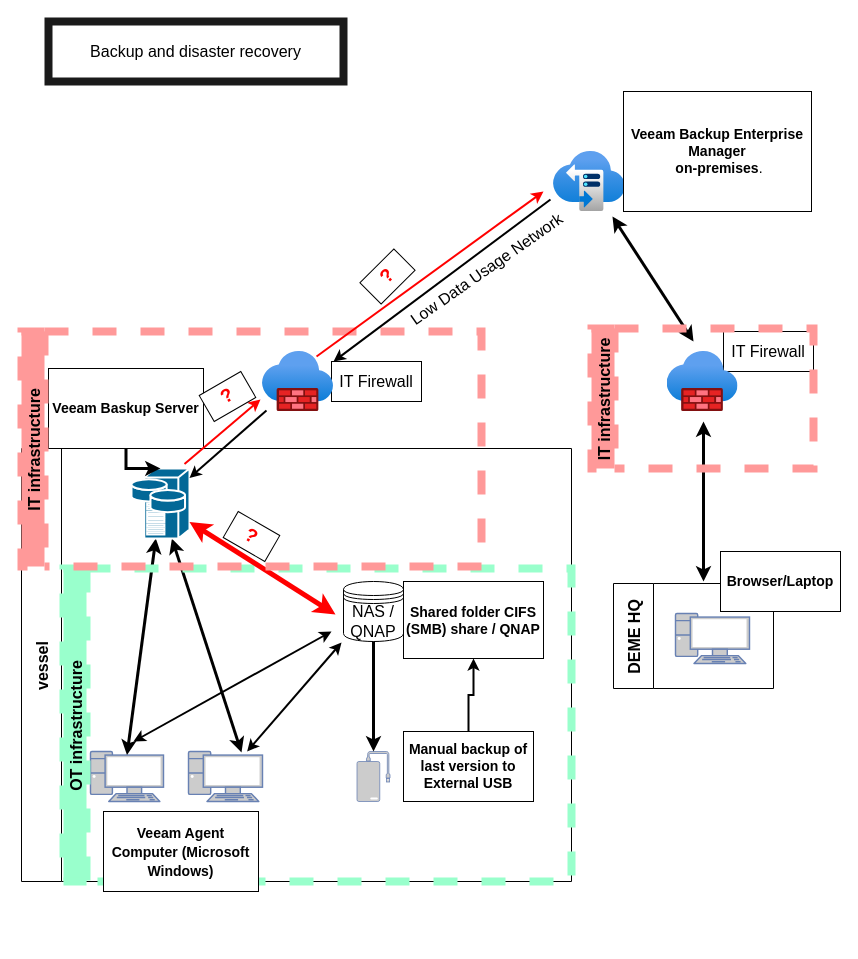
Above: page "Page-5" (4 of 5) of Untitled Diagram.drawio in Wkurylo/docker_kubernetes_diagrams (draw.io), before the change. Source tidied: cells renumbered, new cells numbered last; positions are measured from the earlier drawing's top-left corner, leaving out a move shared by most shapes. Both pictures are drawn from the tidied source at 100%, with x=0, y=0 at pixel (21, 21).
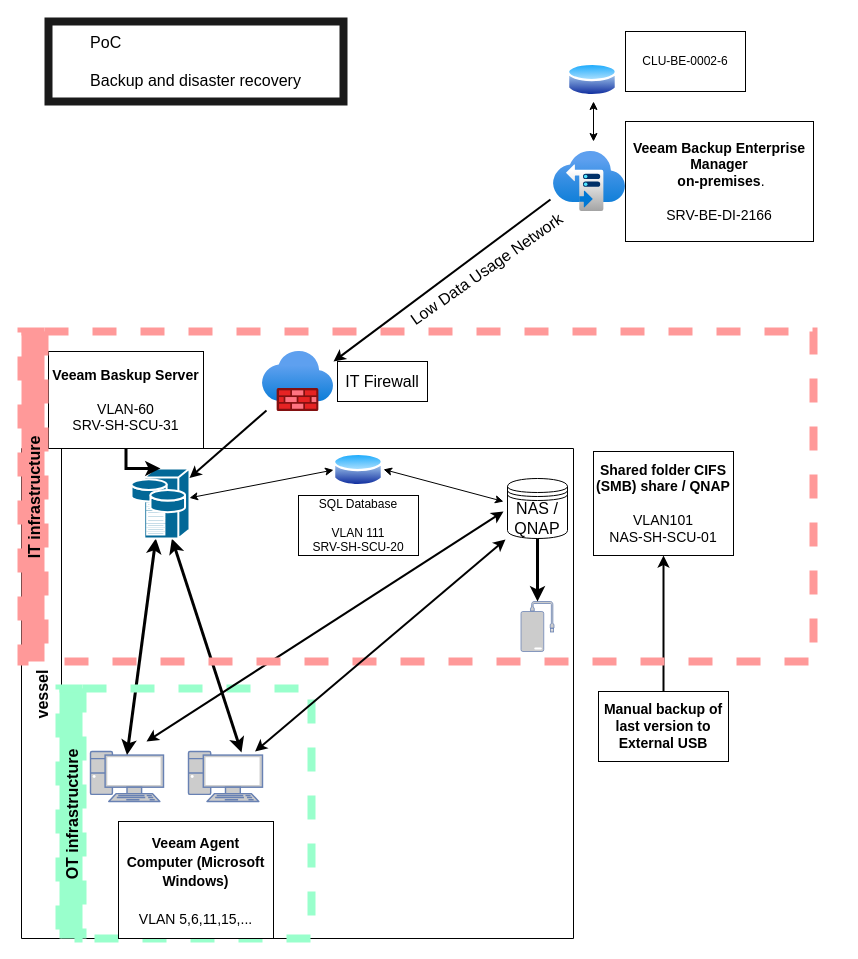
The same page after the edit.

The change refers to these unchanged cells:
```xml
<mxCell id="5" style="fontColor=#0066CC;verticalAlign=top;verticalLabelPosition=bottom;labelPosition=center;align=center;html=1;outlineConnect=0;fillColor=#CCCCCC;strokeColor=#6881B3;gradientColor=none;gradientDirection=north;strokeWidth=2;shape=mxgraph.networks.pc;fontSize=16;" parent="2" vertex="1">
  <mxGeometry x="167" y="303" width="74" height="50" as="geometry" />
</mxCell>
<mxCell id="9" style="shape=mxgraph.cisco.servers.storage_server;sketch=0;html=1;dashed=0;fillColor=#036897;strokeColor=#ffffff;strokeWidth=2;verticalLabelPosition=bottom;verticalAlign=top;align=center;outlineConnect=0;fontSize=16;" parent="2" vertex="1">
  <mxGeometry x="110" y="20" width="58" height="70" as="geometry" />
</mxCell>
<mxCell id="20" style="html=1;points=[];align=center;image;fontSize=12;image=img/lib/azure2/storage/Storage_Sync_Services.svg;" parent="1" vertex="1">
  <mxGeometry x="532" y="130" width="72" height="60" as="geometry" />
</mxCell>
<mxCell id="32" style="html=1;points=[];align=center;image;fontSize=12;image=img/lib/azure2/networking/Firewalls.svg;" parent="31" vertex="1">
  <mxGeometry x="241" y="20" width="71" height="60" as="geometry" />
</mxCell>
```

Change to the diagram source:
```diff
@@
     <mxCell id="2" value="vessel" style="swimlane;horizontal=0;startSize=40;fontSize=16;" parent="1" vertex="1">
-      <mxGeometry y="427" width="550" height="433" as="geometry" />
+      <mxGeometry y="427" width="552" height="490" as="geometry" />
     </mxCell>
-    <mxCell id="3" value="NAS / QNAP" style="shape=datastore;whiteSpace=wrap;html=1;fontSize=16;" parent="2" vertex="1">
-      <mxGeometry x="322" y="133" width="60" height="60" as="geometry" />
-    </mxCell>
@@
-    <mxCell id="6" style="fontColor=#0066CC;verticalAlign=top;verticalLabelPosition=bottom;labelPosition=center;align=center;html=1;outlineConnect=0;fillColor=#CCCCCC;strokeColor=#6881B3;gradientColor=none;gradientDirection=north;strokeWidth=2;shape=mxgraph.networks.external_storage;fontSize=16;" parent="2" vertex="1">
-      <mxGeometry x="335.5" y="303" width="33" height="50" as="geometry" />
-    </mxCell>
@@
-    <mxCell id="10" style="endArrow=classic;html=1;rounded=0;fontSize=16;entryX=0.5;entryY=0;entryDx=0;entryDy=0;entryPerimeter=0;exitX=0.5;exitY=1;exitDx=0;exitDy=0;strokeWidth=3;" parent="2" edge="1" source="3" target="6">
-      <mxGeometry relative="1" as="geometry" />
-    </mxCell>
     <mxCell id="11" value="OT infrastructure" style="swimlane;horizontal=0;dashed=1;labelBackgroundColor=none;fontSize=16;fontColor=default;fillColor=#99FFCC;gradientColor=none;strokeColor=#99FFCC;strokeWidth=8;" parent="2" vertex="1">
-      <mxGeometry x="42" y="120" width="508" height="313" as="geometry" />
+      <mxGeometry x="38" y="240" width="252" height="250" as="geometry" />
     </mxCell>
+    <mxCell id="14" value="&lt;div&gt;&lt;font style=&quot;font-size: 14px&quot;&gt;&lt;b&gt;Veeam Agent Computer (Microsoft Windows)&lt;/b&gt;&lt;/font&gt;&lt;/div&gt;&lt;div&gt;&lt;font style=&quot;font-size: 14px&quot;&gt;&lt;b&gt;&lt;br&gt;&lt;/b&gt;&lt;/font&gt;&lt;/div&gt;&lt;div&gt;&lt;font style=&quot;font-size: 14px&quot;&gt;VLAN 5,6,11,15,...&lt;b&gt;&lt;br&gt;&lt;/b&gt;&lt;/font&gt;&lt;/div&gt;" style="rounded=0;whiteSpace=wrap;html=1;fontSize=16;" parent="11" vertex="1">
+      <mxGeometry x="59" y="133" width="155" height="117" as="geometry" />
+    </mxCell>
-    <mxCell id="12" style="endArrow=classic;startArrow=classic;html=1;rounded=0;fontSize=19;fontColor=#FF0000;strokeColor=#000000;strokeWidth=2;entryX=-0.033;entryY=1.017;entryDx=0;entryDy=0;entryPerimeter=0;" parent="11" edge="1">
+    <mxCell id="12" style="endArrow=classic;startArrow=classic;html=1;rounded=0;fontSize=19;fontColor=#FF0000;strokeColor=#000000;strokeWidth=2;" parent="2" edge="1">
       <mxGeometry relative="1" as="geometry">
-        <mxPoint x="70" y="173" as="sourcePoint" />
-        <mxPoint x="268" y="63" as="targetPoint" />
+        <mxPoint x="125" y="293" as="sourcePoint" />
+        <mxPoint x="482" y="63" as="targetPoint" />
       </mxGeometry>
     </mxCell>
-    <mxCell id="13" value="&lt;b style=&quot;font-size: 14px;&quot;&gt;Shared folder CIFS (SMB) share / QNAP&lt;/b&gt;" style="rounded=0;whiteSpace=wrap;html=1;fontSize=14;" parent="11" vertex="1">
-      <mxGeometry x="340" y="13" width="140" height="77" as="geometry" />
-    </mxCell>
-    <mxCell id="14" value="&lt;font style=&quot;font-size: 14px&quot;&gt;&lt;b&gt;Veeam Agent Computer (Microsoft Windows)&lt;/b&gt;&lt;/font&gt;" style="rounded=0;whiteSpace=wrap;html=1;fontSize=16;" parent="11" vertex="1">
-      <mxGeometry x="40" y="243" width="155" height="80" as="geometry" />
-    </mxCell>
-    <mxCell id="15" style="endArrow=classic;startArrow=classic;html=1;rounded=0;exitX=-0.133;exitY=0.55;exitDx=0;exitDy=0;exitPerimeter=0;strokeColor=#FF0000;strokeWidth=5;" parent="2" edge="1" source="3" target="9">
-      <mxGeometry relative="1" as="geometry" />
-    </mxCell>
-    <mxCell id="16" style="endArrow=classic;startArrow=classic;html=1;rounded=0;fontSize=19;fontColor=#FF0000;strokeColor=#000000;strokeWidth=2;entryX=-0.033;entryY=1.017;entryDx=0;entryDy=0;entryPerimeter=0;" parent="2" edge="1" source="5" target="3">
-      <mxGeometry relative="1" as="geometry" />
-    </mxCell>
+    <mxCell id="6" style="fontColor=#0066CC;verticalAlign=top;verticalLabelPosition=bottom;labelPosition=center;align=center;html=1;outlineConnect=0;fillColor=#CCCCCC;strokeColor=#6881B3;gradientColor=none;gradientDirection=north;strokeWidth=2;shape=mxgraph.networks.external_storage;fontSize=16;" parent="2" vertex="1">
+      <mxGeometry x="499.5" y="153" width="33" height="50" as="geometry" />
+    </mxCell>
@@
     <mxCell id="18" value="&lt;b style=&quot;font-size: 14px;&quot;&gt;Manual backup of last version to External USB&lt;/b&gt;" style="rounded=0;whiteSpace=wrap;html=1;fontSize=14;" parent="1" vertex="1">
-      <mxGeometry x="382" y="710" width="130" height="70" as="geometry" />
+      <mxGeometry x="577" y="670" width="130" height="70" as="geometry" />
     </mxCell>
@@
-    <mxCell id="21" value="&lt;div style=&quot;font-size: 14px;&quot;&gt;&lt;b style=&quot;font-size: 14px;&quot;&gt;Veeam Backup Enterprise Manager&lt;/b&gt;&lt;/div&gt;&lt;div style=&quot;font-size: 14px;&quot;&gt;&lt;b style=&quot;font-size: 14px;&quot;&gt;&amp;nbsp;on-premises&lt;/b&gt;.&lt;/div&gt;" style="rounded=0;whiteSpace=wrap;html=1;fontSize=14;" parent="1" vertex="1">
-      <mxGeometry x="602" y="70" width="188" height="120" as="geometry" />
+    <mxCell id="21" value="&lt;div style=&quot;font-size: 14px&quot;&gt;&lt;b style=&quot;font-size: 14px&quot;&gt;Veeam Backup Enterprise Manager&lt;/b&gt;&lt;/div&gt;&lt;div style=&quot;font-size: 14px&quot;&gt;&lt;b style=&quot;font-size: 14px&quot;&gt;&amp;nbsp;on-premises&lt;/b&gt;.&lt;/div&gt;&lt;div style=&quot;font-size: 14px&quot;&gt;&lt;br&gt;&lt;/div&gt;&lt;div style=&quot;font-size: 14px&quot;&gt;SRV-BE-DI-2166&lt;br&gt;&lt;/div&gt;" style="rounded=0;whiteSpace=wrap;html=1;fontSize=14;" parent="1" vertex="1">
+      <mxGeometry x="604" y="100" width="188" height="120" as="geometry" />
     </mxCell>
-    <mxCell id="22" style="endArrow=classic;startArrow=classic;html=1;rounded=0;fontSize=16;entryX=0.819;entryY=1.083;entryDx=0;entryDy=0;entryPerimeter=0;strokeWidth=3;" parent="1" edge="1" target="20">
-      <mxGeometry relative="1" as="geometry">
-        <mxPoint x="672" y="320" as="sourcePoint" />
-      </mxGeometry>
-    </mxCell>
-    <mxCell id="23" value="IT Firewall" style="rounded=0;whiteSpace=wrap;html=1;fontSize=16;" parent="1" vertex="1">
-      <mxGeometry x="702" y="310" width="90" height="40" as="geometry" />
-    </mxCell>
-    <mxCell id="24" style="endArrow=classic;startArrow=classic;html=1;rounded=0;fontSize=16;strokeWidth=3;" parent="1" edge="1">
-      <mxGeometry relative="1" as="geometry">
-        <mxPoint x="682" y="560" as="sourcePoint" />
-        <mxPoint x="682" y="400" as="targetPoint" />
-      </mxGeometry>
-    </mxCell>
-    <mxCell id="25" value="DEME HQ" style="swimlane;horizontal=0;startSize=40;fontSize=16;" parent="1" vertex="1">
-      <mxGeometry x="592" y="562" width="160" height="105" as="geometry" />
-    </mxCell>
-    <mxCell id="26" style="fontColor=#0066CC;verticalAlign=top;verticalLabelPosition=bottom;labelPosition=center;align=center;html=1;fillColor=#CCCCCC;strokeColor=#6881B3;gradientColor=none;gradientDirection=north;strokeWidth=2;shape=mxgraph.networks.pc;fontSize=16;" parent="25" vertex="1">
-      <mxGeometry x="62" y="30" width="74" height="50" as="geometry" />
-    </mxCell>
-    <mxCell id="27" value="&lt;b style=&quot;font-size: 14px;&quot;&gt;Browser/Laptop&lt;/b&gt;" style="rounded=0;whiteSpace=wrap;html=1;fontSize=14;" parent="1" vertex="1">
-      <mxGeometry x="699" y="530" width="120" height="60" as="geometry" />
-    </mxCell>
@@
-    <mxCell id="29" value="&lt;b style=&quot;font-size: 14px;&quot;&gt;Veeam Baskup Server&lt;/b&gt;" style="rounded=0;whiteSpace=wrap;html=1;fontSize=14;" parent="1" vertex="1">
-      <mxGeometry x="27" y="347" width="155" height="80" as="geometry" />
+    <mxCell id="29" value="&lt;div&gt;&lt;b style=&quot;font-size: 14px&quot;&gt;Veeam Baskup Server&lt;/b&gt;&lt;/div&gt;&lt;div&gt;&lt;b style=&quot;font-size: 14px&quot;&gt;&lt;br&gt;&lt;/b&gt;&lt;/div&gt;&lt;div&gt;&lt;span style=&quot;font-size: 14px&quot;&gt;VLAN-60&lt;/span&gt;&lt;/div&gt;&lt;div&gt;&lt;span style=&quot;font-size: 14px&quot;&gt;SRV-SH-SCU-31&lt;/span&gt;&lt;b style=&quot;font-size: 14px&quot;&gt;&lt;br&gt;&lt;/b&gt;&lt;/div&gt;" style="rounded=0;whiteSpace=wrap;html=1;fontSize=14;" parent="1" vertex="1">
+      <mxGeometry x="27" y="330" width="155" height="97" as="geometry" />
     </mxCell>
-    <mxCell id="30" value="IT Firewall" style="rounded=0;whiteSpace=wrap;html=1;fontSize=16;" parent="1" vertex="1">
-      <mxGeometry x="310" y="340" width="90" height="40" as="geometry" />
-    </mxCell>
     <mxCell id="31" value="IT infrastructure" style="swimlane;horizontal=0;dashed=1;labelBackgroundColor=none;fontSize=16;fontColor=default;fillColor=#FF9999;gradientColor=none;strokeColor=#FF9999;strokeWidth=8;" parent="1" vertex="1">
-      <mxGeometry y="310" width="460" height="235" as="geometry" />
+      <mxGeometry y="310" width="792" height="330" as="geometry" />
     </mxCell>
@@
-    <mxCell id="33" value="&lt;b&gt;&lt;font style=&quot;font-size: 19px&quot; color=&quot;#FF0000&quot;&gt;?&lt;/font&gt;&lt;/b&gt;" style="rounded=0;whiteSpace=wrap;html=1;rotation=30;" parent="31" vertex="1">
-      <mxGeometry x="206" y="190" width="48" height="30" as="geometry" />
-    </mxCell>
-    <mxCell id="34" style="endArrow=classic;html=1;rounded=0;fontSize=19;fontColor=#FF0000;strokeColor=#FF0000;strokeWidth=2;exitX=0.761;exitY=0.083;exitDx=0;exitDy=0;exitPerimeter=0;" parent="31" edge="1" source="32">
-      <mxGeometry relative="1" as="geometry">
-        <mxPoint x="522" y="-140" as="targetPoint" />
-      </mxGeometry>
-    </mxCell>
-    <mxCell id="35" style="endArrow=classic;html=1;rounded=0;fontSize=19;fontColor=#FF0000;strokeColor=#FF0000;strokeWidth=2;exitX=0.761;exitY=0.083;exitDx=0;exitDy=0;exitPerimeter=0;entryX=-0.028;entryY=0.8;entryDx=0;entryDy=0;entryPerimeter=0;" parent="31" edge="1" target="32">
-      <mxGeometry relative="1" as="geometry">
-        <mxPoint x="163" y="132.5" as="sourcePoint" />
-      </mxGeometry>
-    </mxCell>
-    <mxCell id="36" value="&lt;b&gt;&lt;font style=&quot;font-size: 19px&quot; color=&quot;#FF0000&quot;&gt;?&lt;/font&gt;&lt;/b&gt;" style="rounded=0;whiteSpace=wrap;html=1;rotation=-30;" parent="31" vertex="1">
-      <mxGeometry x="182" y="50" width="48" height="30" as="geometry" />
-    </mxCell>
-    <mxCell id="37" value="IT infrastructure" style="swimlane;horizontal=0;dashed=1;labelBackgroundColor=none;fontSize=16;fontColor=default;fillColor=#FF9999;gradientColor=none;strokeColor=#FF9999;strokeWidth=8;" parent="1" vertex="1">
-      <mxGeometry x="570" y="307" width="222" height="140" as="geometry" />
-    </mxCell>
-    <mxCell id="38" style="html=1;align=center;image;fontSize=12;image=img/lib/azure2/networking/Firewalls.svg;" parent="37" vertex="1">
-      <mxGeometry x="75.5" y="23" width="71" height="60" as="geometry" />
-    </mxCell>
+    <mxCell id="3" value="NAS / QNAP" style="shape=datastore;whiteSpace=wrap;html=1;fontSize=16;" parent="31" vertex="1">
+      <mxGeometry x="486" y="147" width="60" height="60" as="geometry" />
+    </mxCell>
+    <mxCell id="13" value="&lt;div&gt;&lt;b style=&quot;font-size: 14px&quot;&gt;Shared folder CIFS (SMB) share / QNAP&lt;/b&gt;&lt;/div&gt;&lt;div&gt;&lt;b style=&quot;font-size: 14px&quot;&gt;&lt;br&gt;&lt;/b&gt;&lt;/div&gt;&lt;div&gt;&lt;span style=&quot;font-size: 14px&quot;&gt;VLAN101&lt;br&gt;&lt;/span&gt;&lt;/div&gt;&lt;div&gt;&lt;span style=&quot;font-size: 14px&quot;&gt;NAS-SH-SCU-01&lt;/span&gt;&lt;b style=&quot;font-size: 14px&quot;&gt;&lt;br&gt;&lt;/b&gt;&lt;/div&gt;" style="rounded=0;whiteSpace=wrap;html=1;fontSize=14;" parent="31" vertex="1">
+      <mxGeometry x="572" y="120" width="140" height="104" as="geometry" />
+    </mxCell>
+    <mxCell id="43" style="perimeter=ellipsePerimeter;html=1;align=center;shadow=0;dashed=0;spacingTop=3;image;image=img/lib/active_directory/database.svg;" parent="31" vertex="1">
+      <mxGeometry x="312" y="120" width="50" height="37" as="geometry" />
+    </mxCell>
+    <mxCell id="30" value="IT Firewall" style="rounded=0;whiteSpace=wrap;html=1;fontSize=16;" parent="31" vertex="1">
+      <mxGeometry x="316" y="30" width="90" height="40" as="geometry" />
+    </mxCell>
+    <mxCell id="44" value="&lt;div&gt;SQL Database&lt;br&gt;&lt;/div&gt;&lt;div&gt;&lt;br&gt;&lt;/div&gt;&lt;div&gt;VLAN 111&lt;br&gt;&lt;/div&gt;&lt;div&gt;SRV-SH-SCU-20&lt;/div&gt;" style="rounded=0;whiteSpace=wrap;html=1;" parent="31" vertex="1">
+      <mxGeometry x="277" y="164" width="120" height="60" as="geometry" />
+    </mxCell>
+    <mxCell id="45" style="endArrow=classic;startArrow=classic;html=1;rounded=0;" parent="31" edge="1">
+      <mxGeometry relative="1" as="geometry">
+        <mxPoint x="362" y="137.9" as="sourcePoint" />
+        <mxPoint x="482" y="170" as="targetPoint" />
+      </mxGeometry>
+    </mxCell>
-    <mxCell id="39" value="Backup and disaster recovery" style="rounded=0;whiteSpace=wrap;html=1;labelBackgroundColor=none;fontSize=16;fontColor=default;strokeColor=#1A1A1A;strokeWidth=8;fillColor=#FFFFFF;gradientColor=none;" parent="1" vertex="1">
-      <mxGeometry x="27" width="295" height="60" as="geometry" />
+    <mxCell id="39" value="&lt;div align=&quot;left&quot;&gt;PoC&lt;/div&gt;&lt;div align=&quot;left&quot;&gt;&lt;br&gt;&lt;/div&gt;&lt;div&gt;Backup and disaster recovery&lt;/div&gt;" style="rounded=0;whiteSpace=wrap;html=1;labelBackgroundColor=none;fontSize=16;fontColor=default;strokeColor=#1A1A1A;strokeWidth=8;fillColor=#FFFFFF;gradientColor=none;" parent="1" vertex="1">
+      <mxGeometry x="27" width="295" height="80" as="geometry" />
     </mxCell>
@@
-    <mxCell id="42" value="&lt;b&gt;&lt;font style=&quot;font-size: 19px&quot; color=&quot;#FF0000&quot;&gt;?&lt;/font&gt;&lt;/b&gt;" style="rounded=0;whiteSpace=wrap;html=1;rotation=-45;direction=west;" parent="1" vertex="1">
-      <mxGeometry x="342" y="240" width="48" height="30" as="geometry" />
-    </mxCell>
+    <mxCell id="46" style="perimeter=ellipsePerimeter;html=1;align=center;shadow=0;dashed=0;spacingTop=3;image;image=img/lib/active_directory/database.svg;" parent="1" vertex="1">
+      <mxGeometry x="546" y="40" width="50" height="37" as="geometry" />
+    </mxCell>
+    <mxCell id="47" style="endArrow=classic;startArrow=classic;html=1;rounded=0;" parent="1" edge="1">
+      <mxGeometry relative="1" as="geometry">
+        <mxPoint x="572" y="120" as="sourcePoint" />
+        <mxPoint x="572" y="80" as="targetPoint" />
+      </mxGeometry>
+    </mxCell>
+    <mxCell id="48" value="CLU-BE-0002-6" style="rounded=0;whiteSpace=wrap;html=1;" parent="1" vertex="1">
+      <mxGeometry x="604" y="10" width="120" height="60" as="geometry" />
+    </mxCell>
+    <mxCell id="10" style="endArrow=classic;html=1;rounded=0;fontSize=16;entryX=0.5;entryY=0;entryDx=0;entryDy=0;entryPerimeter=0;exitX=0.5;exitY=1;exitDx=0;exitDy=0;strokeWidth=3;" parent="1" edge="1" source="3" target="6">
+      <mxGeometry relative="1" as="geometry" />
+    </mxCell>
+    <mxCell id="16" style="endArrow=classic;startArrow=classic;html=1;rounded=0;fontSize=19;fontColor=#FF0000;strokeColor=#000000;strokeWidth=2;entryX=-0.033;entryY=1.017;entryDx=0;entryDy=0;entryPerimeter=0;" parent="1" edge="1" source="5" target="3">
+      <mxGeometry relative="1" as="geometry" />
+    </mxCell>
+    <mxCell id="49" style="endArrow=classic;startArrow=classic;html=1;rounded=0;entryX=0;entryY=0.5;entryDx=0;entryDy=0;" parent="1" edge="1" source="9" target="43">
+      <mxGeometry relative="1" as="geometry" />
+    </mxCell>
```
